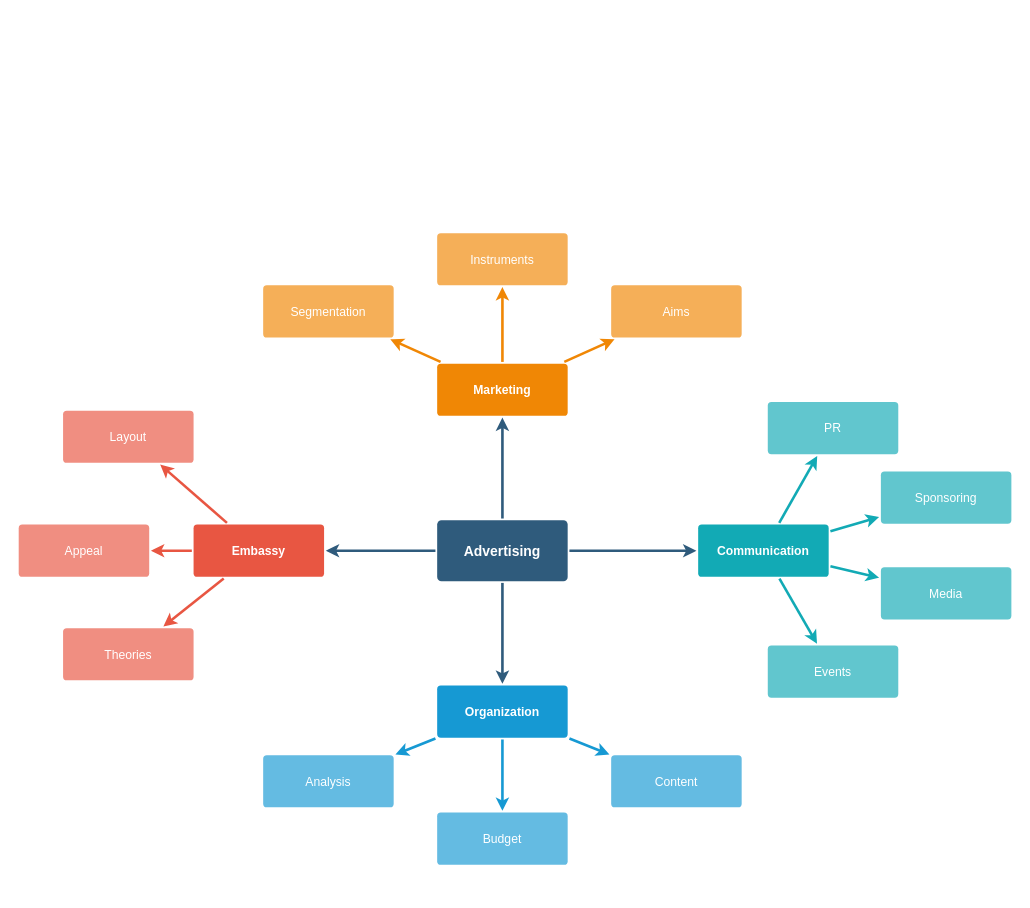
Above: MindMap.drawio in Ex-A01/Lm2HD-Materials-graph (draw.io), before the change. Source tidied: cells renumbered, new cells numbered last; positions are measured from the earlier drawing's top-left corner, leaving out a move shared by most shapes. Both pictures are drawn from the tidied source at 87%, with x=0, y=0 at pixel (18, 232).
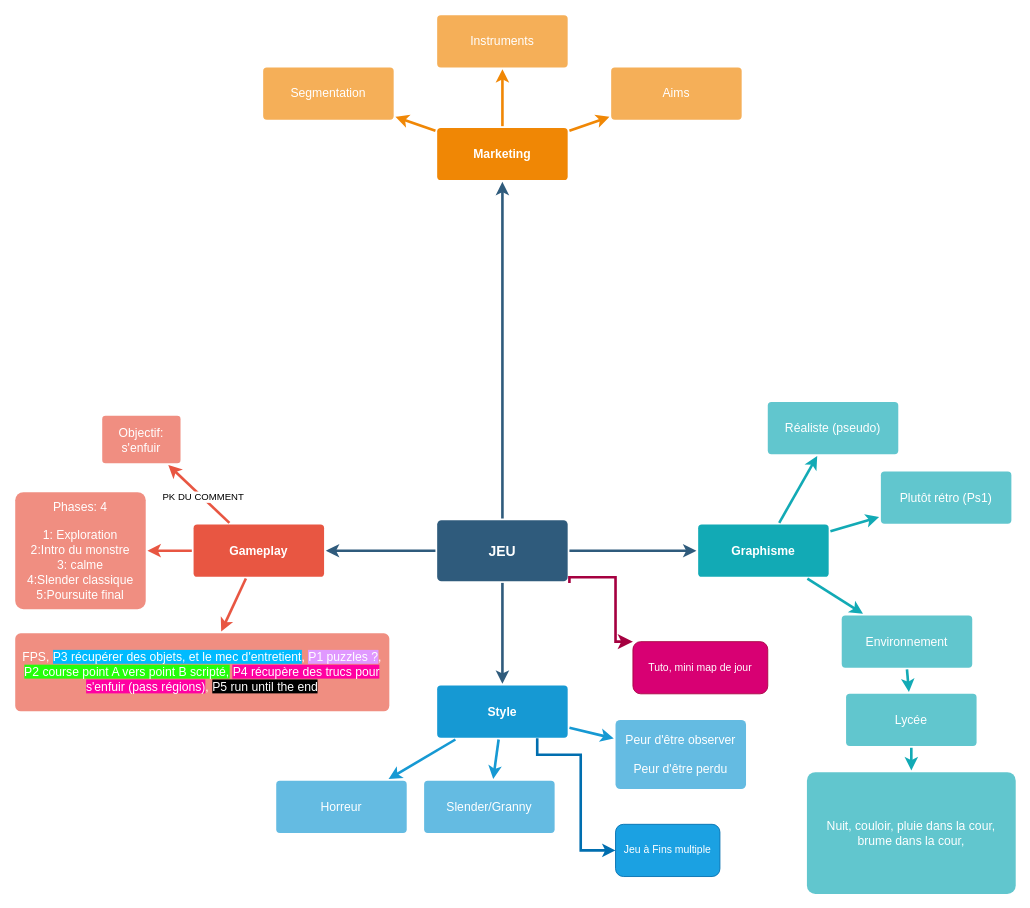
The same page after the edit.

Commit message:
Mettre à jour MindMap.drawio

Unchanged cells that the change refers to:
```xml
<mxCell id="7" style="edgeStyle=none;rounded=1;jumpStyle=none;html=1;shadow=0;labelBackgroundColor=none;startArrow=none;startFill=0;jettySize=auto;strokeColor=#E85642;strokeWidth=3;fontFamily=Helvetica;fontSize=14;fontColor=#FFFFFF;spacing=5;fontStyle=1;fillColor=#b0e3e6;" parent="1" edge="1" source="10" target="13">
  <mxGeometry relative="1" as="geometry" />
</mxCell>
```

Change to the diagram source:
```diff
@@
+    <mxCell id="37" style="edgeStyle=orthogonalEdgeStyle;rounded=0;jettySize=auto;html=1;exitX=1;exitY=1;exitDx=0;exitDy=0;entryX=0;entryY=0;entryDx=0;entryDy=0;jumpSize=6;startSize=8;endSize=8;strokeWidth=3;fillColor=#d80073;strokeColor=#A50040;" parent="1" edge="1" source="6" target="42">
+      <mxGeometry relative="1" as="geometry">
+        <Array as="points">
+          <mxPoint x="633" y="396" />
+          <mxPoint x="686" y="396" />
+          <mxPoint x="686" y="470" />
+        </Array>
+      </mxGeometry>
+    </mxCell>
-    <mxCell id="6" value="Advertising" style="rounded=1;whiteSpace=wrap;html=1;shadow=0;labelBackgroundColor=none;strokeColor=none;strokeWidth=3;fillColor=#2F5B7C;fontFamily=Helvetica;fontSize=16;fontColor=#FFFFFF;align=center;fontStyle=1;spacing=5;arcSize=7;perimeterSpacing=2;" parent="1" vertex="1">
+    <mxCell id="6" value="JEU" style="rounded=1;whiteSpace=wrap;html=1;shadow=0;labelBackgroundColor=none;strokeColor=none;strokeWidth=3;fillColor=#2F5B7C;fontFamily=Helvetica;fontSize=16;fontColor=#FFFFFF;align=center;fontStyle=1;spacing=5;arcSize=7;perimeterSpacing=2;" parent="1" vertex="1">
       <mxGeometry x="481" y="330.5" width="150" height="70" as="geometry" />
     </mxCell>
@@
+    <mxCell id="38" value="PK DU COMMENT" style="edgeLabel;html=1;align=center;verticalAlign=middle;" parent="7" vertex="1">
+      <mxGeometry x="-0.11" y="-1" relative="1" as="geometry" />
+    </mxCell>
@@
-    <mxCell id="10" value="Embassy" style="rounded=1;whiteSpace=wrap;html=1;shadow=0;labelBackgroundColor=none;strokeColor=none;strokeWidth=3;fillColor=#e85642;fontFamily=Helvetica;fontSize=14;fontColor=#FFFFFF;align=center;spacing=5;fontStyle=1;arcSize=7;perimeterSpacing=2;" parent="1" vertex="1">
+    <mxCell id="10" value="Gameplay" style="rounded=1;whiteSpace=wrap;html=1;shadow=0;labelBackgroundColor=none;strokeColor=none;strokeWidth=3;fillColor=#e85642;fontFamily=Helvetica;fontSize=14;fontColor=#FFFFFF;align=center;spacing=5;fontStyle=1;arcSize=7;perimeterSpacing=2;" parent="1" vertex="1">
       <mxGeometry x="201" y="335.5" width="150" height="60" as="geometry" />
     </mxCell>
-    <mxCell id="11" value="Theories" style="rounded=1;whiteSpace=wrap;html=1;shadow=0;labelBackgroundColor=none;strokeColor=none;strokeWidth=3;fillColor=#f08e81;fontFamily=Helvetica;fontSize=14;fontColor=#FFFFFF;align=center;spacing=5;fontStyle=0;arcSize=7;perimeterSpacing=2;" parent="1" vertex="1">
-      <mxGeometry x="51" y="454.5" width="150" height="60" as="geometry" />
+    <mxCell id="11" value="FPS, &lt;span style=&quot;background-color: rgb(0, 187, 255);&quot;&gt;P3 récupérer des objets, et le mec d'entretient&lt;/span&gt;, &lt;span style=&quot;background-color: rgb(224, 153, 255);&quot;&gt;P1 puzzles ?&lt;/span&gt;, &lt;span style=&quot;background-color: rgb(35, 255, 10);&quot;&gt;P2 course point A vers point B scripté,&lt;/span&gt;&amp;nbsp;&lt;span style=&quot;background-color: rgb(255, 0, 162);&quot;&gt;P4 récupère des trucs pour s'enfuir (pass régions)&lt;/span&gt;, &lt;span style=&quot;background-color: rgb(0, 0, 0);&quot;&gt;P5 run until the end&lt;/span&gt;" style="rounded=1;whiteSpace=wrap;html=1;shadow=0;labelBackgroundColor=none;strokeColor=none;strokeWidth=3;fillColor=#f08e81;fontFamily=Helvetica;fontSize=14;fontColor=#FFFFFF;align=center;spacing=5;fontStyle=0;arcSize=7;perimeterSpacing=2;" parent="1" vertex="1">
+      <mxGeometry x="-4" y="460.5" width="430" height="89.5" as="geometry" />
     </mxCell>
-    <mxCell id="12" value="Appeal" style="rounded=1;whiteSpace=wrap;html=1;shadow=0;labelBackgroundColor=none;strokeColor=none;strokeWidth=3;fillColor=#f08e81;fontFamily=Helvetica;fontSize=14;fontColor=#FFFFFF;align=center;spacing=5;fontStyle=0;arcSize=7;perimeterSpacing=2;" parent="1" vertex="1">
-      <mxGeometry y="335.5" width="150" height="60" as="geometry" />
+    <mxCell id="12" value="Phases: 4&lt;br&gt;&lt;br&gt;1: Exploration&lt;br&gt;2:Intro du monstre&lt;br&gt;3: calme&lt;br&gt;4:Slender classique&lt;div&gt;&lt;div&gt;5:Poursuite final&lt;/div&gt;&lt;/div&gt;" style="rounded=1;whiteSpace=wrap;html=1;shadow=0;labelBackgroundColor=none;strokeColor=none;strokeWidth=3;fillColor=#f08e81;fontFamily=Helvetica;fontSize=14;fontColor=#FFFFFF;align=center;spacing=5;fontStyle=0;arcSize=7;perimeterSpacing=2;" parent="1" vertex="1">
+      <mxGeometry x="-4" y="298.2" width="150" height="134.5" as="geometry" />
     </mxCell>
-    <mxCell id="13" value="Layout" style="rounded=1;whiteSpace=wrap;html=1;shadow=0;labelBackgroundColor=none;strokeColor=none;strokeWidth=3;fillColor=#f08e81;fontFamily=Helvetica;fontSize=14;fontColor=#FFFFFF;align=center;spacing=5;fontStyle=0;arcSize=7;perimeterSpacing=2;" parent="1" vertex="1">
-      <mxGeometry x="51" y="204.5" width="150" height="60" as="geometry" />
+    <mxCell id="13" value="Objectif:&lt;div&gt;s'enfuir&lt;/div&gt;" style="rounded=1;whiteSpace=wrap;html=1;shadow=0;labelBackgroundColor=none;strokeColor=none;strokeWidth=3;fillColor=#f08e81;fontFamily=Helvetica;fontSize=14;fontColor=#FFFFFF;align=center;spacing=5;fontStyle=0;arcSize=7;perimeterSpacing=2;" parent="1" vertex="1">
+      <mxGeometry x="96" y="210.5" width="90" height="54.5" as="geometry" />
     </mxCell>
@@
+    <mxCell id="39" style="edgeStyle=orthogonalEdgeStyle;rounded=0;jettySize=auto;html=1;exitX=0.75;exitY=1;exitDx=0;exitDy=0;fillColor=#1ba1e2;strokeColor=#006EAF;strokeWidth=3;entryX=0;entryY=0.5;entryDx=0;entryDy=0;" parent="1" edge="1" source="17" target="43">
+      <mxGeometry relative="1" as="geometry">
+        <Array as="points">
+          <mxPoint x="596" y="583" />
+          <mxPoint x="596" y="600" />
+          <mxPoint x="646" y="600" />
+          <mxPoint x="646" y="710" />
+        </Array>
+      </mxGeometry>
+    </mxCell>
-    <mxCell id="17" value="Organization" style="rounded=1;whiteSpace=wrap;html=1;shadow=0;labelBackgroundColor=none;strokeColor=none;strokeWidth=3;fillColor=#1699d3;fontFamily=Helvetica;fontSize=14;fontColor=#FFFFFF;align=center;spacing=5;fontStyle=1;arcSize=7;perimeterSpacing=2;" parent="1" vertex="1">
+    <mxCell id="17" value="Style" style="rounded=1;whiteSpace=wrap;html=1;shadow=0;labelBackgroundColor=none;strokeColor=none;strokeWidth=3;fillColor=#1699d3;fontFamily=Helvetica;fontSize=14;fontColor=#FFFFFF;align=center;spacing=5;fontStyle=1;arcSize=7;perimeterSpacing=2;" parent="1" vertex="1">
       <mxGeometry x="481" y="520.5" width="150" height="60" as="geometry" />
     </mxCell>
-    <mxCell id="18" value="Content" style="rounded=1;whiteSpace=wrap;html=1;shadow=0;labelBackgroundColor=none;strokeColor=none;strokeWidth=3;fillColor=#64bbe2;fontFamily=Helvetica;fontSize=14;fontColor=#FFFFFF;align=center;spacing=5;arcSize=7;perimeterSpacing=2;" parent="1" vertex="1">
-      <mxGeometry x="681" y="600.5" width="150" height="60" as="geometry" />
+    <mxCell id="18" value="Peur d'être observer&lt;br&gt;&lt;br&gt;Peur d'être perdu" style="rounded=1;whiteSpace=wrap;html=1;shadow=0;labelBackgroundColor=none;strokeColor=none;strokeWidth=3;fillColor=#64bbe2;fontFamily=Helvetica;fontSize=14;fontColor=#FFFFFF;align=center;spacing=5;arcSize=7;perimeterSpacing=2;" parent="1" vertex="1">
+      <mxGeometry x="686" y="560" width="150" height="79.5" as="geometry" />
     </mxCell>
-    <mxCell id="19" value="Budget" style="rounded=1;whiteSpace=wrap;html=1;shadow=0;labelBackgroundColor=none;strokeColor=none;strokeWidth=3;fillColor=#64bbe2;fontFamily=Helvetica;fontSize=14;fontColor=#FFFFFF;align=center;spacing=5;arcSize=7;perimeterSpacing=2;" parent="1" vertex="1">
-      <mxGeometry x="481" y="666.5" width="150" height="60" as="geometry" />
+    <mxCell id="19" value="Slender/Granny" style="rounded=1;whiteSpace=wrap;html=1;shadow=0;labelBackgroundColor=none;strokeColor=none;strokeWidth=3;fillColor=#64bbe2;fontFamily=Helvetica;fontSize=14;fontColor=#FFFFFF;align=center;spacing=5;arcSize=7;perimeterSpacing=2;" parent="1" vertex="1">
+      <mxGeometry x="466" y="630" width="150" height="60" as="geometry" />
     </mxCell>
-    <mxCell id="20" value="Analysis" style="rounded=1;whiteSpace=wrap;html=1;shadow=0;labelBackgroundColor=none;strokeColor=none;strokeWidth=3;fillColor=#64bbe2;fontFamily=Helvetica;fontSize=14;fontColor=#FFFFFF;align=center;spacing=5;arcSize=7;perimeterSpacing=2;" parent="1" vertex="1">
-      <mxGeometry x="281" y="600.5" width="150" height="60" as="geometry" />
+    <mxCell id="20" value="Horreur" style="rounded=1;whiteSpace=wrap;html=1;shadow=0;labelBackgroundColor=none;strokeColor=none;strokeWidth=3;fillColor=#64bbe2;fontFamily=Helvetica;fontSize=14;fontColor=#FFFFFF;align=center;spacing=5;arcSize=7;perimeterSpacing=2;" parent="1" vertex="1">
+      <mxGeometry x="296" y="630" width="150" height="60" as="geometry" />
     </mxCell>
     <mxCell id="21" value="Marketing" style="rounded=1;whiteSpace=wrap;html=1;shadow=0;labelBackgroundColor=none;strokeColor=none;strokeWidth=3;fillColor=#F08705;fontFamily=Helvetica;fontSize=14;fontColor=#FFFFFF;align=center;spacing=5;fontStyle=1;arcSize=7;perimeterSpacing=2;" parent="1" vertex="1">
-      <mxGeometry x="481" y="150.5" width="150" height="60" as="geometry" />
+      <mxGeometry x="481" y="-120.5" width="150" height="60" as="geometry" />
     </mxCell>
     <mxCell id="22" value="Aims&lt;br&gt;" style="rounded=1;whiteSpace=wrap;html=1;shadow=0;labelBackgroundColor=none;strokeColor=none;strokeWidth=3;fillColor=#f5af58;fontFamily=Helvetica;fontSize=14;fontColor=#FFFFFF;align=center;spacing=5;arcSize=7;perimeterSpacing=2;" parent="1" vertex="1">
-      <mxGeometry x="681" y="60.5" width="150" height="60" as="geometry" />
+      <mxGeometry x="681" y="-190" width="150" height="60" as="geometry" />
     </mxCell>
@@
     <mxCell id="24" value="Instruments" style="rounded=1;whiteSpace=wrap;html=1;shadow=0;labelBackgroundColor=none;strokeColor=none;strokeWidth=3;fillColor=#f5af58;fontFamily=Helvetica;fontSize=14;fontColor=#FFFFFF;align=center;spacing=5;arcSize=7;perimeterSpacing=2;" parent="1" vertex="1">
-      <mxGeometry x="481" y="0.5" width="150" height="60" as="geometry" />
+      <mxGeometry x="481" y="-250" width="150" height="60" as="geometry" />
     </mxCell>
@@
     <mxCell id="26" value="Segmentation" style="rounded=1;whiteSpace=wrap;html=1;shadow=0;labelBackgroundColor=none;strokeColor=none;strokeWidth=3;fillColor=#f5af58;fontFamily=Helvetica;fontSize=14;fontColor=#FFFFFF;align=center;spacing=5;arcSize=7;perimeterSpacing=2;" parent="1" vertex="1">
-      <mxGeometry x="281" y="60.5" width="150" height="60" as="geometry" />
+      <mxGeometry x="281" y="-190" width="150" height="60" as="geometry" />
     </mxCell>
@@
-    <mxCell id="28" value="Communication" style="rounded=1;whiteSpace=wrap;html=1;shadow=0;labelBackgroundColor=none;strokeColor=none;strokeWidth=3;fillColor=#12aab5;fontFamily=Helvetica;fontSize=14;fontColor=#FFFFFF;align=center;spacing=5;fontStyle=1;arcSize=7;perimeterSpacing=2;" parent="1" vertex="1">
+    <mxCell id="28" value="Graphisme" style="rounded=1;whiteSpace=wrap;html=1;shadow=0;labelBackgroundColor=none;strokeColor=none;strokeWidth=3;fillColor=#12aab5;fontFamily=Helvetica;fontSize=14;fontColor=#FFFFFF;align=center;spacing=5;fontStyle=1;arcSize=7;perimeterSpacing=2;" parent="1" vertex="1">
       <mxGeometry x="781" y="335.5" width="150" height="60" as="geometry" />
     </mxCell>
-    <mxCell id="29" value="Events" style="rounded=1;whiteSpace=wrap;html=1;shadow=0;labelBackgroundColor=none;strokeColor=none;strokeWidth=3;fillColor=#61c6ce;fontFamily=Helvetica;fontSize=14;fontColor=#FFFFFF;align=center;spacing=5;fontStyle=0;arcSize=7;perimeterSpacing=2;" parent="1" vertex="1">
-      <mxGeometry x="861" y="474.5" width="150" height="60" as="geometry" />
+    <mxCell id="29" value="Environnement" style="rounded=1;whiteSpace=wrap;html=1;shadow=0;labelBackgroundColor=none;strokeColor=none;strokeWidth=3;fillColor=#61c6ce;fontFamily=Helvetica;fontSize=14;fontColor=#FFFFFF;align=center;spacing=5;fontStyle=0;arcSize=7;perimeterSpacing=2;" parent="1" vertex="1">
+      <mxGeometry x="946" y="440" width="150" height="60" as="geometry" />
     </mxCell>
@@
-    <mxCell id="31" value="Media" style="rounded=1;whiteSpace=wrap;html=1;shadow=0;labelBackgroundColor=none;strokeColor=none;strokeWidth=3;fillColor=#61c6ce;fontFamily=Helvetica;fontSize=14;fontColor=#FFFFFF;align=center;spacing=5;fontStyle=0;arcSize=7;perimeterSpacing=2;" parent="1" vertex="1">
-      <mxGeometry x="991" y="384.5" width="150" height="60" as="geometry" />
+    <mxCell id="31" value="Lycée" style="rounded=1;whiteSpace=wrap;html=1;shadow=0;labelBackgroundColor=none;strokeColor=none;strokeWidth=3;fillColor=#61c6ce;fontFamily=Helvetica;fontSize=14;fontColor=#FFFFFF;align=center;spacing=5;fontStyle=0;arcSize=7;perimeterSpacing=2;" parent="1" vertex="1">
+      <mxGeometry x="951" y="530" width="150" height="60" as="geometry" />
     </mxCell>
-    <mxCell id="32" style="edgeStyle=none;rounded=1;jumpStyle=none;html=1;shadow=0;labelBackgroundColor=none;startArrow=none;startFill=0;jettySize=auto;strokeColor=#12AAB5;strokeWidth=3;fontFamily=Helvetica;fontSize=14;fontColor=#FFFFFF;spacing=5;fontStyle=1;fillColor=#b0e3e6;" parent="1" edge="1" source="28" target="31">
+    <mxCell id="32" style="edgeStyle=none;rounded=1;jumpStyle=none;html=1;shadow=0;labelBackgroundColor=none;startArrow=none;startFill=0;jettySize=auto;strokeColor=#12AAB5;strokeWidth=3;fontFamily=Helvetica;fontSize=14;fontColor=#FFFFFF;spacing=5;fontStyle=1;fillColor=#b0e3e6;exitX=0.5;exitY=1;exitDx=0;exitDy=0;" parent="1" edge="1" source="29" target="31">
       <mxGeometry relative="1" as="geometry" />
     </mxCell>
-    <mxCell id="33" value="Sponsoring" style="rounded=1;whiteSpace=wrap;html=1;shadow=0;labelBackgroundColor=none;strokeColor=none;strokeWidth=3;fillColor=#61c6ce;fontFamily=Helvetica;fontSize=14;fontColor=#FFFFFF;align=center;spacing=5;fontStyle=0;arcSize=7;perimeterSpacing=2;" parent="1" vertex="1">
+    <mxCell id="33" value="Plutôt rétro (Ps1)" style="rounded=1;whiteSpace=wrap;html=1;shadow=0;labelBackgroundColor=none;strokeColor=none;strokeWidth=3;fillColor=#61c6ce;fontFamily=Helvetica;fontSize=14;fontColor=#FFFFFF;align=center;spacing=5;fontStyle=0;arcSize=7;perimeterSpacing=2;" parent="1" vertex="1">
       <mxGeometry x="991" y="274.5" width="150" height="60" as="geometry" />
     </mxCell>
@@
-    <mxCell id="35" value="PR" style="rounded=1;whiteSpace=wrap;html=1;shadow=0;labelBackgroundColor=none;strokeColor=none;strokeWidth=3;fillColor=#61c6ce;fontFamily=Helvetica;fontSize=14;fontColor=#FFFFFF;align=center;spacing=5;fontStyle=0;arcSize=7;perimeterSpacing=2;" parent="1" vertex="1">
+    <mxCell id="35" value="Réaliste (pseudo)" style="rounded=1;whiteSpace=wrap;html=1;shadow=0;labelBackgroundColor=none;strokeColor=none;strokeWidth=3;fillColor=#61c6ce;fontFamily=Helvetica;fontSize=14;fontColor=#FFFFFF;align=center;spacing=5;fontStyle=0;arcSize=7;perimeterSpacing=2;" parent="1" vertex="1">
       <mxGeometry x="861" y="194.5" width="150" height="60" as="geometry" />
     </mxCell>
@@
+    <mxCell id="40" style="edgeStyle=none;rounded=1;jumpStyle=none;html=1;shadow=0;labelBackgroundColor=none;startArrow=none;startFill=0;jettySize=auto;strokeColor=#12AAB5;strokeWidth=3;fontFamily=Helvetica;fontSize=14;fontColor=#FFFFFF;spacing=5;fontStyle=1;fillColor=#b0e3e6;exitX=0.5;exitY=1;exitDx=0;exitDy=0;entryX=0.5;entryY=0;entryDx=0;entryDy=0;" parent="1" edge="1" source="31" target="41">
+      <mxGeometry relative="1" as="geometry" />
+    </mxCell>
+    <mxCell id="41" value="Nuit, couloir, pluie dans la cour, brume dans la cour," style="rounded=1;whiteSpace=wrap;html=1;shadow=0;labelBackgroundColor=none;strokeColor=none;strokeWidth=3;fillColor=#61c6ce;fontFamily=Helvetica;fontSize=14;fontColor=#FFFFFF;align=center;spacing=5;fontStyle=0;arcSize=7;perimeterSpacing=2;" parent="1" vertex="1">
+      <mxGeometry x="906" y="620" width="240" height="140" as="geometry" />
+    </mxCell>
+    <mxCell id="42" value="Tuto, mini map de jour" style="rounded=1;whiteSpace=wrap;html=1;fillColor=#d80073;fontColor=#ffffff;strokeColor=#A50040;" parent="1" vertex="1">
+      <mxGeometry x="706" y="470" width="155" height="60" as="geometry" />
+    </mxCell>
+    <mxCell id="43" value="Jeu à Fins multiple" style="rounded=1;whiteSpace=wrap;html=1;fillColor=#1ba1e2;fontColor=#ffffff;strokeColor=#006EAF;" parent="1" vertex="1">
+      <mxGeometry x="686" y="680" width="120" height="60" as="geometry" />
+    </mxCell>
```
